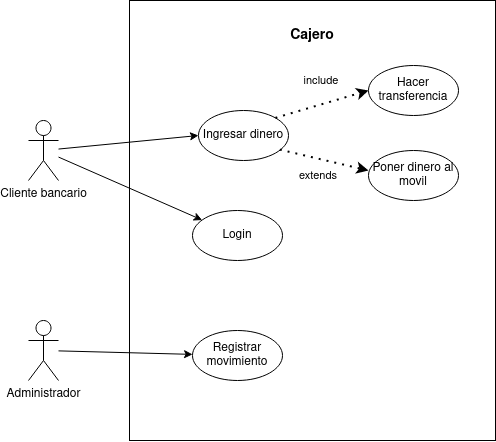
JesusLugo2002/ETS keeps this draw.io diagram as diagramas_casos_de_uso/cajero-atm/diagrama-casos-uso-atm.drawio.png. Above is the earlier version. Source tidied: cells renumbered, new cells last; positions are measured from the earlier drawing's top-left corner, leaving out a move shared by most shapes. Its diagram source:
```xml
<mxGraphModel>
  <root>
    <mxCell id="0" />
    <mxCell id="1" parent="0" />
    <mxCell id="2" style="rounded=0;whiteSpace=wrap;html=1;" parent="1" vertex="1">
      <mxGeometry x="101" width="366" height="440" as="geometry" />
    </mxCell>
    <mxCell id="3" style="edgeStyle=none;shape=connector;rounded=0;jettySize=auto;html=1;labelBackgroundColor=default;strokeColor=default;align=center;verticalAlign=middle;fontFamily=Helvetica;fontSize=11;fontColor=default;endArrow=classic;" parent="1" edge="1" source="4" target="17">
      <mxGeometry relative="1" as="geometry" />
    </mxCell>
    <mxCell id="4" value="Administrador" style="shape=umlActor;verticalLabelPosition=bottom;verticalAlign=top;html=1;outlineConnect=0;" parent="1" vertex="1">
      <mxGeometry y="320" width="30" height="60" as="geometry" />
    </mxCell>
    <mxCell id="5" style="rounded=0;jettySize=auto;html=1;entryX=0;entryY=0.5;entryDx=0;entryDy=0;" parent="1" edge="1" source="7" target="11">
      <mxGeometry relative="1" as="geometry" />
    </mxCell>
    <mxCell id="6" style="edgeStyle=none;shape=connector;rounded=0;jettySize=auto;html=1;labelBackgroundColor=default;strokeColor=default;align=center;verticalAlign=middle;fontFamily=Helvetica;fontSize=11;fontColor=default;endArrow=classic;" parent="1" edge="1" source="7" target="9">
      <mxGeometry relative="1" as="geometry" />
    </mxCell>
    <mxCell id="7" value="Cliente bancario" style="shape=umlActor;verticalLabelPosition=bottom;verticalAlign=top;html=1;outlineConnect=0;" parent="1" vertex="1">
      <mxGeometry y="120" width="30" height="60" as="geometry" />
    </mxCell>
    <mxCell id="8" value="&lt;b&gt;&lt;font style=&quot;font-size: 14px;&quot;&gt;Cajero&lt;/font&gt;&lt;/b&gt;" style="text;html=1;strokeColor=none;fillColor=none;align=center;verticalAlign=middle;whiteSpace=wrap;rounded=0;" parent="1" vertex="1">
      <mxGeometry x="254" y="20" width="60" height="30" as="geometry" />
    </mxCell>
    <mxCell id="9" value="Login" style="ellipse;whiteSpace=wrap;html=1;" parent="1" vertex="1">
      <mxGeometry x="164" y="210" width="90" height="50" as="geometry" />
    </mxCell>
    <mxCell id="10" value="Hacer transferencia" style="ellipse;whiteSpace=wrap;html=1;" parent="1" vertex="1">
      <mxGeometry x="340" y="65" width="90" height="50" as="geometry" />
    </mxCell>
    <mxCell id="11" value="Ingresar dinero" style="ellipse;whiteSpace=wrap;html=1;" parent="1" vertex="1">
      <mxGeometry x="170" y="110" width="90" height="50" as="geometry" />
    </mxCell>
    <mxCell id="12" value="Poner dinero al movil" style="ellipse;whiteSpace=wrap;html=1;" parent="1" vertex="1">
      <mxGeometry x="340" y="150" width="90" height="50" as="geometry" />
    </mxCell>
    <mxCell id="13" style="endArrow=classic;dashed=1;html=1;dashPattern=1 3;strokeWidth=2;rounded=0;labelBackgroundColor=default;strokeColor=default;align=center;verticalAlign=middle;fontFamily=Helvetica;fontSize=11;fontColor=default;shape=connector;entryX=0;entryY=0.5;entryDx=0;entryDy=0;exitX=1;exitY=0;exitDx=0;exitDy=0;endFill=1;" parent="1" edge="1" source="11" target="10">
      <mxGeometry relative="1" as="geometry" />
    </mxCell>
    <mxCell id="14" style="endArrow=classic;dashed=1;html=1;dashPattern=1 3;strokeWidth=2;rounded=0;labelBackgroundColor=default;strokeColor=default;align=center;verticalAlign=middle;fontFamily=Helvetica;fontSize=11;fontColor=default;shape=connector;entryX=0;entryY=0.4;entryDx=0;entryDy=0;exitX=0.903;exitY=0.782;exitDx=0;exitDy=0;exitPerimeter=0;endFill=1;entryPerimeter=0;" parent="1" edge="1" source="11" target="12">
      <mxGeometry relative="1" as="geometry" />
    </mxCell>
    <mxCell id="15" value="extends" style="text;html=1;strokeColor=none;fillColor=none;align=center;verticalAlign=middle;whiteSpace=wrap;rounded=0;fontSize=11;fontFamily=Helvetica;fontColor=default;" parent="1" vertex="1">
      <mxGeometry x="260" y="160" width="60" height="30" as="geometry" />
    </mxCell>
    <mxCell id="16" value="include" style="text;html=1;strokeColor=none;fillColor=none;align=center;verticalAlign=middle;whiteSpace=wrap;rounded=0;fontSize=11;fontFamily=Helvetica;fontColor=default;" parent="1" vertex="1">
      <mxGeometry x="263" y="65" width="60" height="30" as="geometry" />
    </mxCell>
    <mxCell id="17" value="Registrar movimiento" style="ellipse;whiteSpace=wrap;html=1;" parent="1" vertex="1">
      <mxGeometry x="164" y="330" width="90" height="50" as="geometry" />
    </mxCell>
  </root>
</mxGraphModel>
```
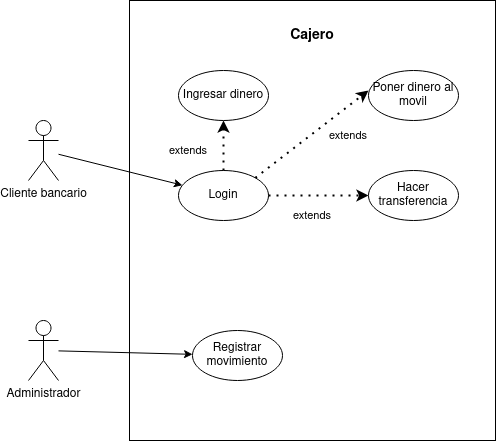
Above is the later version.

The edit, as a diff of the source:
```diff
@@ -11,9 +11,6 @@
     <mxCell id="4" value="Administrador" style="shape=umlActor;verticalLabelPosition=bottom;verticalAlign=top;html=1;outlineConnect=0;" parent="1" vertex="1">
       <mxGeometry y="320" width="30" height="60" as="geometry" />
     </mxCell>
-    <mxCell id="5" style="rounded=0;jettySize=auto;html=1;entryX=0;entryY=0.5;entryDx=0;entryDy=0;" parent="1" edge="1" source="7" target="11">
-      <mxGeometry relative="1" as="geometry" />
-    </mxCell>
     <mxCell id="6" style="edgeStyle=none;shape=connector;rounded=0;jettySize=auto;html=1;labelBackgroundColor=default;strokeColor=default;align=center;verticalAlign=middle;fontFamily=Helvetica;fontSize=11;fontColor=default;endArrow=classic;" parent="1" edge="1" source="7" target="9">
       <mxGeometry relative="1" as="geometry" />
     </mxCell>
@@ -24,31 +21,37 @@
       <mxGeometry x="254" y="20" width="60" height="30" as="geometry" />
     </mxCell>
     <mxCell id="9" value="Login" style="ellipse;whiteSpace=wrap;html=1;" parent="1" vertex="1">
-      <mxGeometry x="164" y="210" width="90" height="50" as="geometry" />
+      <mxGeometry x="150" y="170" width="90" height="50" as="geometry" />
     </mxCell>
     <mxCell id="10" value="Hacer transferencia" style="ellipse;whiteSpace=wrap;html=1;" parent="1" vertex="1">
-      <mxGeometry x="340" y="65" width="90" height="50" as="geometry" />
+      <mxGeometry x="340" y="170" width="90" height="50" as="geometry" />
     </mxCell>
     <mxCell id="11" value="Ingresar dinero" style="ellipse;whiteSpace=wrap;html=1;" parent="1" vertex="1">
-      <mxGeometry x="170" y="110" width="90" height="50" as="geometry" />
+      <mxGeometry x="150" y="70" width="90" height="50" as="geometry" />
     </mxCell>
     <mxCell id="12" value="Poner dinero al movil" style="ellipse;whiteSpace=wrap;html=1;" parent="1" vertex="1">
-      <mxGeometry x="340" y="150" width="90" height="50" as="geometry" />
+      <mxGeometry x="340" y="70" width="90" height="50" as="geometry" />
     </mxCell>
-    <mxCell id="13" style="endArrow=classic;dashed=1;html=1;dashPattern=1 3;strokeWidth=2;rounded=0;labelBackgroundColor=default;strokeColor=default;align=center;verticalAlign=middle;fontFamily=Helvetica;fontSize=11;fontColor=default;shape=connector;entryX=0;entryY=0.5;entryDx=0;entryDy=0;exitX=1;exitY=0;exitDx=0;exitDy=0;endFill=1;" parent="1" edge="1" source="11" target="10">
+    <mxCell id="13" style="endArrow=classic;dashed=1;html=1;dashPattern=1 3;strokeWidth=2;rounded=0;labelBackgroundColor=default;strokeColor=default;align=center;verticalAlign=middle;fontFamily=Helvetica;fontSize=11;fontColor=default;shape=connector;entryX=0;entryY=0.5;entryDx=0;entryDy=0;exitX=1;exitY=0.5;exitDx=0;exitDy=0;endFill=1;" parent="1" edge="1" source="9" target="10">
       <mxGeometry relative="1" as="geometry" />
     </mxCell>
-    <mxCell id="14" style="endArrow=classic;dashed=1;html=1;dashPattern=1 3;strokeWidth=2;rounded=0;labelBackgroundColor=default;strokeColor=default;align=center;verticalAlign=middle;fontFamily=Helvetica;fontSize=11;fontColor=default;shape=connector;entryX=0;entryY=0.4;entryDx=0;entryDy=0;exitX=0.903;exitY=0.782;exitDx=0;exitDy=0;exitPerimeter=0;endFill=1;entryPerimeter=0;" parent="1" edge="1" source="11" target="12">
+    <mxCell id="14" style="endArrow=classic;dashed=1;html=1;dashPattern=1 3;strokeWidth=2;rounded=0;labelBackgroundColor=default;strokeColor=default;align=center;verticalAlign=middle;fontFamily=Helvetica;fontSize=11;fontColor=default;shape=connector;entryX=0;entryY=0.4;entryDx=0;entryDy=0;exitX=1;exitY=0;exitDx=0;exitDy=0;endFill=1;entryPerimeter=0;" parent="1" edge="1" source="9" target="12">
       <mxGeometry relative="1" as="geometry" />
     </mxCell>
     <mxCell id="15" value="extends" style="text;html=1;strokeColor=none;fillColor=none;align=center;verticalAlign=middle;whiteSpace=wrap;rounded=0;fontSize=11;fontFamily=Helvetica;fontColor=default;" parent="1" vertex="1">
-      <mxGeometry x="260" y="160" width="60" height="30" as="geometry" />
+      <mxGeometry x="130" y="135" width="60" height="30" as="geometry" />
     </mxCell>
-    <mxCell id="16" value="include" style="text;html=1;strokeColor=none;fillColor=none;align=center;verticalAlign=middle;whiteSpace=wrap;rounded=0;fontSize=11;fontFamily=Helvetica;fontColor=default;" parent="1" vertex="1">
-      <mxGeometry x="263" y="65" width="60" height="30" as="geometry" />
-    </mxCell>
     <mxCell id="17" value="Registrar movimiento" style="ellipse;whiteSpace=wrap;html=1;" parent="1" vertex="1">
       <mxGeometry x="164" y="330" width="90" height="50" as="geometry" />
     </mxCell>
+    <mxCell id="18" style="endArrow=classic;dashed=1;html=1;dashPattern=1 3;strokeWidth=2;rounded=0;labelBackgroundColor=default;strokeColor=default;align=center;verticalAlign=middle;fontFamily=Helvetica;fontSize=11;fontColor=default;shape=connector;entryX=0.5;entryY=1;entryDx=0;entryDy=0;exitX=0.5;exitY=0;exitDx=0;exitDy=0;endFill=1;" parent="1" edge="1" source="9" target="11">
+      <mxGeometry relative="1" as="geometry" />
+    </mxCell>
+    <mxCell id="19" value="extends" style="text;html=1;strokeColor=none;fillColor=none;align=center;verticalAlign=middle;whiteSpace=wrap;rounded=0;fontSize=11;fontFamily=Helvetica;fontColor=default;" parent="1" vertex="1">
+      <mxGeometry x="290" y="120" width="60" height="30" as="geometry" />
+    </mxCell>
+    <mxCell id="20" value="extends" style="text;html=1;strokeColor=none;fillColor=none;align=center;verticalAlign=middle;whiteSpace=wrap;rounded=0;fontSize=11;fontFamily=Helvetica;fontColor=default;" parent="1" vertex="1">
+      <mxGeometry x="254" y="200" width="60" height="30" as="geometry" />
+    </mxCell>
   </root>
 </mxGraphModel>
```
